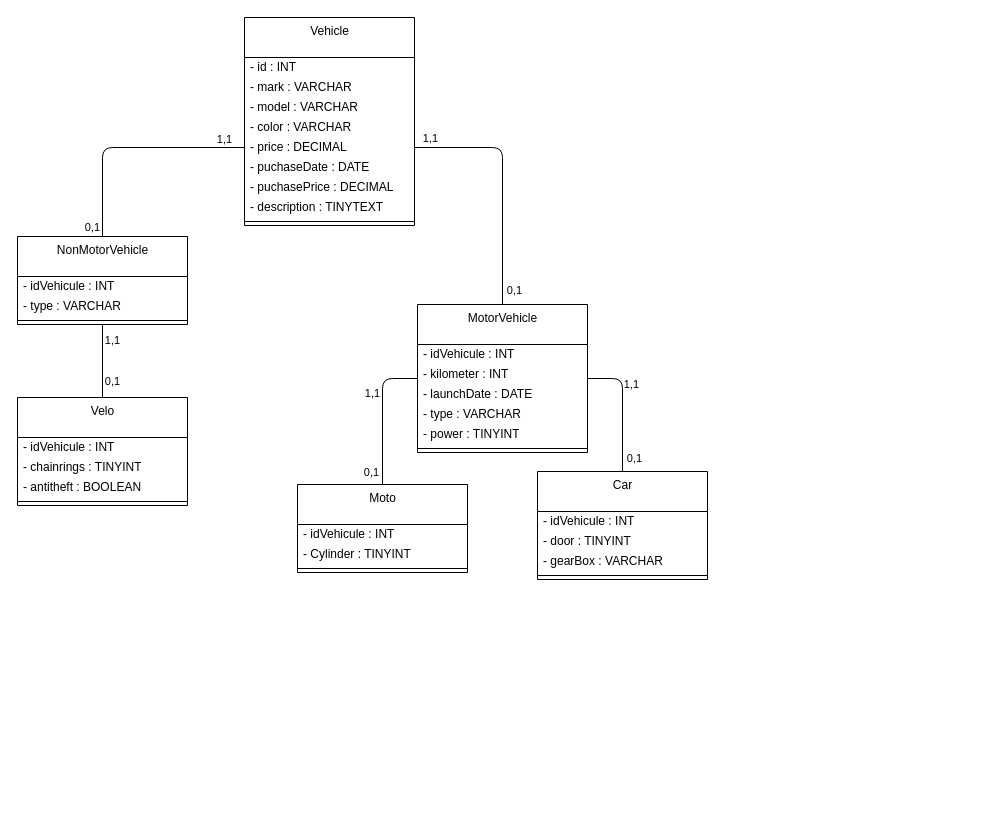
Above: configurateur-de-vehicule/conception/modele-de-donnees.drawio in Roland-Foucher/configurateur-de-vehicule (draw.io), before the change. Source tidied: cells renumbered, new cells numbered last; positions are measured from the earlier drawing's top-left corner, leaving out a move shared by most shapes. Both pictures are drawn from the tidied source at 100%, with x=0, y=0 at pixel (17, 17).
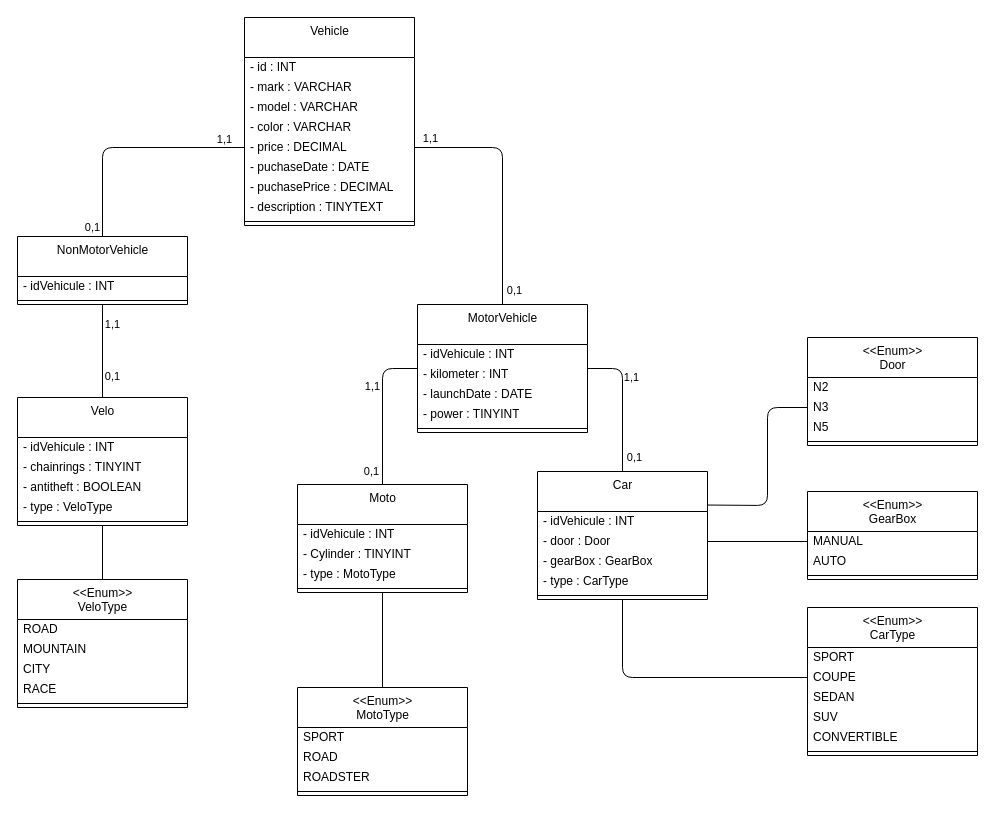
After the change.

Unchanged cells that the change refers to:
```xml
<mxCell id="26" value="- idVehicule&amp;nbsp;: INT" style="text;html=1;strokeColor=none;fillColor=none;align=left;verticalAlign=middle;spacingLeft=4;spacingRight=4;overflow=hidden;points=[[0,0.5],[1,0.5]];portConstraint=eastwest;" parent="25" vertex="1">
  <mxGeometry y="40" width="170" height="20" as="geometry" />
</mxCell>
```

The edit, as a diff of the source:
```diff
@@
     <mxCell id="15" value="MotorVehicle" style="swimlane;fontStyle=0;align=center;verticalAlign=top;horizontal=1;startSize=40;html=1;" parent="1" vertex="1">
-      <mxGeometry x="400" y="287" width="170" height="148" as="geometry" />
+      <mxGeometry x="400" y="287" width="170" height="128" as="geometry" />
     </mxCell>
@@
-    <mxCell id="19" value="- type : VARCHAR" style="text;html=1;strokeColor=none;fillColor=none;align=left;verticalAlign=middle;spacingLeft=4;spacingRight=4;overflow=hidden;" parent="15" vertex="1">
-      <mxGeometry y="100" width="170" height="20" as="geometry" />
-    </mxCell>
     <mxCell id="20" value="- power : TINYINT" style="text;html=1;strokeColor=none;fillColor=none;align=left;verticalAlign=middle;spacingLeft=4;spacingRight=4;overflow=hidden;" parent="15" vertex="1">
-      <mxGeometry y="120" width="170" height="20" as="geometry" />
+      <mxGeometry y="100" width="170" height="20" as="geometry" />
     </mxCell>
     <mxCell id="21" style="line;strokeWidth=1;fillColor=none;align=left;verticalAlign=middle;spacingTop=-1;spacingLeft=3;spacingRight=3;labelPosition=right;" parent="15" vertex="1">
-      <mxGeometry y="140" width="170" height="8" as="geometry" />
+      <mxGeometry y="120" width="170" height="8" as="geometry" />
     </mxCell>
     <mxCell id="22" style="edgeStyle=none;html=1;exitX=0.5;exitY=0;exitDx=0;exitDy=0;entryX=1;entryY=0.5;entryDx=0;entryDy=0;endArrow=none;endFill=0;" parent="1" edge="1" source="25" target="15">
       <mxGeometry relative="1" as="geometry">
         <Array as="points">
-          <mxPoint x="605" y="361" />
+          <mxPoint x="605" y="351" />
         </Array>
       </mxGeometry>
     </mxCell>
@@
     <mxCell id="25" value="Car" style="swimlane;fontStyle=0;align=center;verticalAlign=top;horizontal=1;startSize=40;html=1;" parent="1" vertex="1">
-      <mxGeometry x="520" y="454" width="170" height="108" as="geometry" />
+      <mxGeometry x="520" y="454" width="170" height="128" as="geometry" />
     </mxCell>
@@
-    <mxCell id="27" value="- door : TINYINT" style="text;html=1;strokeColor=none;fillColor=none;align=left;verticalAlign=middle;spacingLeft=4;spacingRight=4;overflow=hidden;points=[[0,0.5],[1,0.5]];portConstraint=eastwest;" parent="25" vertex="1">
+    <mxCell id="27" value="- door : Door" style="text;html=1;strokeColor=none;fillColor=none;align=left;verticalAlign=middle;spacingLeft=4;spacingRight=4;overflow=hidden;points=[[0,0.5],[1,0.5]];portConstraint=eastwest;" parent="25" vertex="1">
       <mxGeometry y="60" width="170" height="20" as="geometry" />
     </mxCell>
-    <mxCell id="28" value="- gearBox : VARCHAR" style="text;html=1;strokeColor=none;fillColor=none;align=left;verticalAlign=middle;spacingLeft=4;spacingRight=4;overflow=hidden;" parent="25" vertex="1">
+    <mxCell id="28" value="- gearBox : GearBox" style="text;html=1;strokeColor=none;fillColor=none;align=left;verticalAlign=middle;spacingLeft=4;spacingRight=4;overflow=hidden;" parent="25" vertex="1">
       <mxGeometry y="80" width="170" height="20" as="geometry" />
     </mxCell>
+    <mxCell id="52" value="- type : CarType" style="text;html=1;strokeColor=none;fillColor=none;align=left;verticalAlign=middle;spacingLeft=4;spacingRight=4;overflow=hidden;" parent="25" vertex="1">
+      <mxGeometry y="100" width="170" height="20" as="geometry" />
+    </mxCell>
     <mxCell id="29" style="line;strokeWidth=1;fillColor=none;align=left;verticalAlign=middle;spacingTop=-1;spacingLeft=3;spacingRight=3;labelPosition=right;" parent="25" vertex="1">
-      <mxGeometry y="100" width="170" height="8" as="geometry" />
+      <mxGeometry y="120" width="170" height="8" as="geometry" />
     </mxCell>
     <mxCell id="30" style="edgeStyle=none;html=1;exitX=0.5;exitY=0;exitDx=0;exitDy=0;entryX=0;entryY=0.5;entryDx=0;entryDy=0;endArrow=none;endFill=0;" parent="1" edge="1" source="33" target="15">
       <mxGeometry relative="1" as="geometry">
         <Array as="points">
-          <mxPoint x="365" y="361" />
+          <mxPoint x="365" y="351" />
         </Array>
       </mxGeometry>
     </mxCell>
@@
+    <mxCell id="53" style="edgeStyle=none;html=1;exitX=0.5;exitY=1;exitDx=0;exitDy=0;entryX=0.5;entryY=0;entryDx=0;entryDy=0;endArrow=none;endFill=0;" parent="1" edge="1" source="33" target="73">
+      <mxGeometry relative="1" as="geometry" />
+    </mxCell>
     <mxCell id="33" value="Moto" style="swimlane;fontStyle=0;align=center;verticalAlign=top;horizontal=1;startSize=40;html=1;" parent="1" vertex="1">
-      <mxGeometry x="280" y="467" width="170" height="88" as="geometry" />
+      <mxGeometry x="280" y="467" width="170" height="108" as="geometry" />
     </mxCell>
@@
+    <mxCell id="54" value="- type : MotoType" style="text;html=1;strokeColor=none;fillColor=none;align=left;verticalAlign=middle;spacingLeft=4;spacingRight=4;overflow=hidden;" parent="33" vertex="1">
+      <mxGeometry y="80" width="170" height="20" as="geometry" />
+    </mxCell>
     <mxCell id="36" style="line;strokeWidth=1;fillColor=none;align=left;verticalAlign=middle;spacingTop=-1;spacingLeft=3;spacingRight=3;labelPosition=right;" parent="33" vertex="1">
-      <mxGeometry y="80" width="170" height="8" as="geometry" />
+      <mxGeometry y="100" width="170" height="8" as="geometry" />
     </mxCell>
@@
+    <mxCell id="55" style="edgeStyle=none;html=1;exitX=0.5;exitY=1;exitDx=0;exitDy=0;entryX=0.5;entryY=0;entryDx=0;entryDy=0;endArrow=none;endFill=0;" parent="1" edge="1" source="39" target="81">
+      <mxGeometry relative="1" as="geometry" />
+    </mxCell>
     <mxCell id="39" value="Velo" style="swimlane;fontStyle=0;align=center;verticalAlign=top;horizontal=1;startSize=40;html=1;" parent="1" vertex="1">
-      <mxGeometry y="380" width="170" height="108" as="geometry" />
+      <mxGeometry y="380" width="170" height="128" as="geometry" />
     </mxCell>
@@
+    <mxCell id="56" value="- type : VeloType" style="text;html=1;strokeColor=none;fillColor=none;align=left;verticalAlign=middle;spacingLeft=4;spacingRight=4;overflow=hidden;" parent="39" vertex="1">
+      <mxGeometry y="100" width="170" height="20" as="geometry" />
+    </mxCell>
     <mxCell id="43" style="line;strokeWidth=1;fillColor=none;align=left;verticalAlign=middle;spacingTop=-1;spacingLeft=3;spacingRight=3;labelPosition=right;" parent="39" vertex="1">
-      <mxGeometry y="100" width="170" height="8" as="geometry" />
+      <mxGeometry y="120" width="170" height="8" as="geometry" />
     </mxCell>
@@
     <mxCell id="48" value="NonMotorVehicle" style="swimlane;fontStyle=0;align=center;verticalAlign=top;horizontal=1;startSize=40;html=1;" parent="1" vertex="1">
-      <mxGeometry y="219" width="170" height="88" as="geometry" />
+      <mxGeometry y="219" width="170" height="68" as="geometry" />
     </mxCell>
@@
-    <mxCell id="50" value="- type : VARCHAR" style="text;html=1;strokeColor=none;fillColor=none;align=left;verticalAlign=middle;spacingLeft=4;spacingRight=4;overflow=hidden;" parent="48" vertex="1">
-      <mxGeometry y="60" width="170" height="20" as="geometry" />
-    </mxCell>
     <mxCell id="51" style="line;strokeWidth=1;fillColor=none;align=left;verticalAlign=middle;spacingTop=-1;spacingLeft=3;spacingRight=3;labelPosition=right;" parent="48" vertex="1">
-      <mxGeometry y="80" width="170" height="8" as="geometry" />
+      <mxGeometry y="60" width="170" height="8" as="geometry" />
     </mxCell>
+    <mxCell id="57" value="&amp;lt;&amp;lt;Enum&amp;gt;&amp;gt;&lt;br&gt;GearBox" style="swimlane;fontStyle=0;align=center;verticalAlign=top;horizontal=1;startSize=40;html=1;" parent="1" vertex="1">
+      <mxGeometry x="790" y="474" width="170" height="88" as="geometry" />
+    </mxCell>
+    <mxCell id="58" value="MANUAL" style="text;html=1;strokeColor=none;fillColor=none;align=left;verticalAlign=middle;spacingLeft=4;spacingRight=4;overflow=hidden;points=[[0,0.5],[1,0.5]];portConstraint=eastwest;" parent="57" vertex="1">
+      <mxGeometry y="40" width="170" height="20" as="geometry" />
+    </mxCell>
+    <mxCell id="59" value="AUTO" style="text;html=1;strokeColor=none;fillColor=none;align=left;verticalAlign=middle;spacingLeft=4;spacingRight=4;overflow=hidden;" parent="57" vertex="1">
+      <mxGeometry y="60" width="170" height="20" as="geometry" />
+    </mxCell>
+    <mxCell id="60" style="line;strokeWidth=1;fillColor=none;align=left;verticalAlign=middle;spacingTop=-1;spacingLeft=3;spacingRight=3;labelPosition=right;" parent="57" vertex="1">
+      <mxGeometry y="80" width="170" height="8" as="geometry" />
+    </mxCell>
+    <mxCell id="61" value="&amp;lt;&amp;lt;Enum&amp;gt;&amp;gt;&lt;br&gt;Door" style="swimlane;fontStyle=0;align=center;verticalAlign=top;horizontal=1;startSize=40;html=1;" parent="1" vertex="1">
+      <mxGeometry x="790" y="320" width="170" height="108" as="geometry" />
+    </mxCell>
+    <mxCell id="62" value="N2" style="text;html=1;strokeColor=none;fillColor=none;align=left;verticalAlign=middle;spacingLeft=4;spacingRight=4;overflow=hidden;" parent="61" vertex="1">
+      <mxGeometry y="40" width="170" height="20" as="geometry" />
+    </mxCell>
+    <mxCell id="63" value="N3" style="text;html=1;strokeColor=none;fillColor=none;align=left;verticalAlign=middle;spacingLeft=4;spacingRight=4;overflow=hidden;points=[[0,0.5],[1,0.5]];portConstraint=eastwest;" parent="61" vertex="1">
+      <mxGeometry y="60" width="170" height="20" as="geometry" />
+    </mxCell>
+    <mxCell id="64" value="N5" style="text;html=1;strokeColor=none;fillColor=none;align=left;verticalAlign=middle;spacingLeft=4;spacingRight=4;overflow=hidden;" parent="61" vertex="1">
+      <mxGeometry y="80" width="170" height="20" as="geometry" />
+    </mxCell>
+    <mxCell id="65" style="line;strokeWidth=1;fillColor=none;align=left;verticalAlign=middle;spacingTop=-1;spacingLeft=3;spacingRight=3;labelPosition=right;" parent="61" vertex="1">
+      <mxGeometry y="100" width="170" height="8" as="geometry" />
+    </mxCell>
+    <mxCell id="66" value="&amp;lt;&amp;lt;Enum&amp;gt;&amp;gt;&lt;br&gt;CarType" style="swimlane;fontStyle=0;align=center;verticalAlign=top;horizontal=1;startSize=40;html=1;" parent="1" vertex="1">
+      <mxGeometry x="790" y="590" width="170" height="148" as="geometry" />
+    </mxCell>
+    <mxCell id="67" value="SPORT" style="text;html=1;strokeColor=none;fillColor=none;align=left;verticalAlign=middle;spacingLeft=4;spacingRight=4;overflow=hidden;" parent="66" vertex="1">
+      <mxGeometry y="40" width="170" height="20" as="geometry" />
+    </mxCell>
+    <mxCell id="68" value="COUPE" style="text;html=1;strokeColor=none;fillColor=none;align=left;verticalAlign=middle;spacingLeft=4;spacingRight=4;overflow=hidden;points=[[0,0.5],[1,0.5]];portConstraint=eastwest;" parent="66" vertex="1">
+      <mxGeometry y="60" width="170" height="20" as="geometry" />
+    </mxCell>
+    <mxCell id="69" value="SEDAN" style="text;html=1;strokeColor=none;fillColor=none;align=left;verticalAlign=middle;spacingLeft=4;spacingRight=4;overflow=hidden;" parent="66" vertex="1">
+      <mxGeometry y="80" width="170" height="20" as="geometry" />
+    </mxCell>
+    <mxCell id="70" value="SUV" style="text;html=1;strokeColor=none;fillColor=none;align=left;verticalAlign=middle;spacingLeft=4;spacingRight=4;overflow=hidden;" parent="66" vertex="1">
+      <mxGeometry y="100" width="170" height="20" as="geometry" />
+    </mxCell>
+    <mxCell id="71" value="CONVERTIBLE" style="text;html=1;strokeColor=none;fillColor=none;align=left;verticalAlign=middle;spacingLeft=4;spacingRight=4;overflow=hidden;" parent="66" vertex="1">
+      <mxGeometry y="120" width="170" height="20" as="geometry" />
+    </mxCell>
+    <mxCell id="72" style="line;strokeWidth=1;fillColor=none;align=left;verticalAlign=middle;spacingTop=-1;spacingLeft=3;spacingRight=3;labelPosition=right;" parent="66" vertex="1">
+      <mxGeometry y="140" width="170" height="8" as="geometry" />
+    </mxCell>
+    <mxCell id="73" value="&amp;lt;&amp;lt;Enum&amp;gt;&amp;gt;&lt;br&gt;MotoType" style="swimlane;fontStyle=0;align=center;verticalAlign=top;horizontal=1;startSize=40;html=1;" parent="1" vertex="1">
+      <mxGeometry x="280" y="670" width="170" height="108" as="geometry" />
+    </mxCell>
+    <mxCell id="74" value="SPORT" style="text;html=1;strokeColor=none;fillColor=none;align=left;verticalAlign=middle;spacingLeft=4;spacingRight=4;overflow=hidden;" parent="73" vertex="1">
+      <mxGeometry y="40" width="170" height="20" as="geometry" />
+    </mxCell>
+    <mxCell id="75" value="ROAD" style="text;html=1;strokeColor=none;fillColor=none;align=left;verticalAlign=middle;spacingLeft=4;spacingRight=4;overflow=hidden;" parent="73" vertex="1">
+      <mxGeometry y="60" width="170" height="20" as="geometry" />
+    </mxCell>
+    <mxCell id="76" value="ROADSTER" style="text;html=1;strokeColor=none;fillColor=none;align=left;verticalAlign=middle;spacingLeft=4;spacingRight=4;overflow=hidden;" parent="73" vertex="1">
+      <mxGeometry y="80" width="170" height="20" as="geometry" />
+    </mxCell>
+    <mxCell id="77" style="line;strokeWidth=1;fillColor=none;align=left;verticalAlign=middle;spacingTop=-1;spacingLeft=3;spacingRight=3;labelPosition=right;" parent="73" vertex="1">
+      <mxGeometry y="100" width="170" height="8" as="geometry" />
+    </mxCell>
+    <mxCell id="78" style="edgeStyle=none;html=1;exitX=0;exitY=0.5;exitDx=0;exitDy=0;entryX=0.5;entryY=1;entryDx=0;entryDy=0;endArrow=none;endFill=0;" parent="1" edge="1" source="68" target="25">
+      <mxGeometry relative="1" as="geometry">
+        <Array as="points">
+          <mxPoint x="605" y="660" />
+        </Array>
+      </mxGeometry>
+    </mxCell>
+    <mxCell id="79" style="edgeStyle=none;html=1;exitX=0;exitY=0.5;exitDx=0;exitDy=0;entryX=1;entryY=0.5;entryDx=0;entryDy=0;endArrow=none;endFill=0;" parent="1" edge="1" source="58" target="27">
+      <mxGeometry relative="1" as="geometry" />
+    </mxCell>
+    <mxCell id="80" style="edgeStyle=none;html=1;exitX=0;exitY=0.5;exitDx=0;exitDy=0;entryX=1;entryY=-0.323;entryDx=0;entryDy=0;entryPerimeter=0;endArrow=none;endFill=0;" parent="1" edge="1" source="63" target="26">
+      <mxGeometry relative="1" as="geometry">
+        <Array as="points">
+          <mxPoint x="750" y="390" />
+          <mxPoint x="750" y="488" />
+        </Array>
+      </mxGeometry>
+    </mxCell>
+    <mxCell id="81" value="&amp;lt;&amp;lt;Enum&amp;gt;&amp;gt;&lt;br&gt;VeloType" style="swimlane;fontStyle=0;align=center;verticalAlign=top;horizontal=1;startSize=40;html=1;" parent="1" vertex="1">
+      <mxGeometry y="562" width="170" height="128" as="geometry" />
+    </mxCell>
+    <mxCell id="82" value="ROAD" style="text;html=1;strokeColor=none;fillColor=none;align=left;verticalAlign=middle;spacingLeft=4;spacingRight=4;overflow=hidden;" parent="81" vertex="1">
+      <mxGeometry y="40" width="170" height="20" as="geometry" />
+    </mxCell>
+    <mxCell id="83" value="MOUNTAIN" style="text;html=1;strokeColor=none;fillColor=none;align=left;verticalAlign=middle;spacingLeft=4;spacingRight=4;overflow=hidden;" parent="81" vertex="1">
+      <mxGeometry y="60" width="170" height="20" as="geometry" />
+    </mxCell>
+    <mxCell id="84" value="CITY" style="text;html=1;strokeColor=none;fillColor=none;align=left;verticalAlign=middle;spacingLeft=4;spacingRight=4;overflow=hidden;" parent="81" vertex="1">
+      <mxGeometry y="80" width="170" height="20" as="geometry" />
+    </mxCell>
+    <mxCell id="85" value="RACE" style="text;html=1;strokeColor=none;fillColor=none;align=left;verticalAlign=middle;spacingLeft=4;spacingRight=4;overflow=hidden;" parent="81" vertex="1">
+      <mxGeometry y="100" width="170" height="20" as="geometry" />
+    </mxCell>
+    <mxCell id="86" style="line;strokeWidth=1;fillColor=none;align=left;verticalAlign=middle;spacingTop=-1;spacingLeft=3;spacingRight=3;labelPosition=right;" parent="81" vertex="1">
+      <mxGeometry y="120" width="170" height="8" as="geometry" />
+    </mxCell>
```
